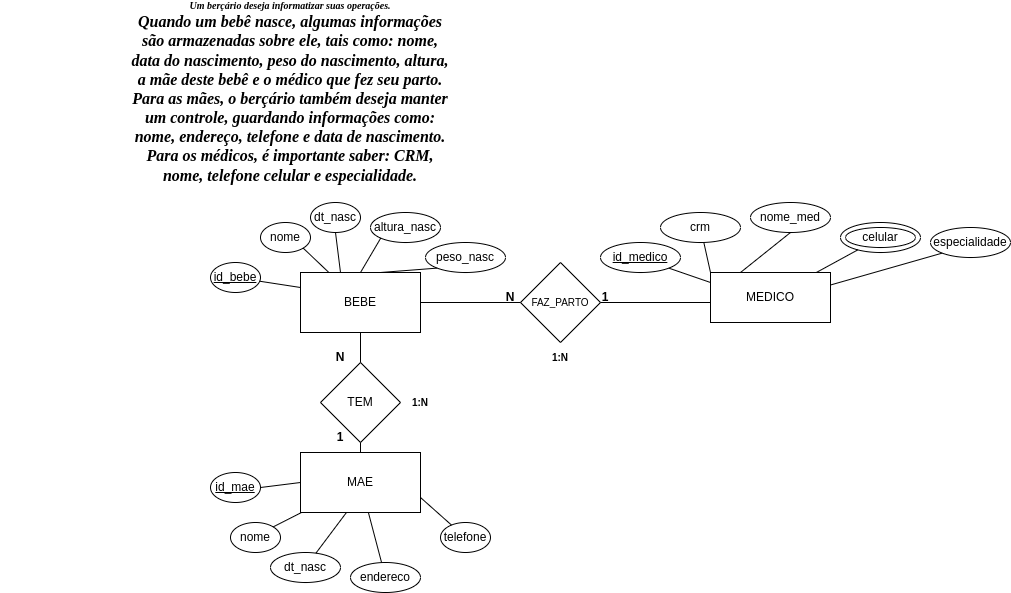
Daniel022de/DataEngineer_SoulCode keeps this draw.io diagram as Banco de dados/Diagrama Entidade Relacionamento/DER01 - SoulCode.drawio.png. Above is the earlier version. Source tidied: cells renumbered, new cells last; positions are measured from the earlier drawing's top-left corner, leaving out a move shared by most shapes. The source it was exported from:
```xml
<mxGraphModel>
  <root>
    <mxCell id="0" />
    <mxCell id="1" parent="0" />
    <mxCell id="2" value="celular" style="ellipse;whiteSpace=wrap;html=1;" parent="1" vertex="1">
      <mxGeometry x="840" y="160" width="80" height="30" as="geometry" />
    </mxCell>
    <mxCell id="3" value="celular" style="ellipse;whiteSpace=wrap;html=1;" parent="1" vertex="1">
      <mxGeometry x="845" y="165" width="70" height="20" as="geometry" />
    </mxCell>
    <mxCell id="4" value="BEBE" style="rounded=0;whiteSpace=wrap;html=1;" parent="1" vertex="1">
      <mxGeometry x="300" y="210" width="120" height="60" as="geometry" />
    </mxCell>
    <mxCell id="5" value="MAE" style="rounded=0;whiteSpace=wrap;html=1;" parent="1" vertex="1">
      <mxGeometry x="300" y="390" width="120" height="60" as="geometry" />
    </mxCell>
    <mxCell id="6" value="MEDICO" style="rounded=0;whiteSpace=wrap;html=1;" parent="1" vertex="1">
      <mxGeometry x="710" y="210" width="120" height="50" as="geometry" />
    </mxCell>
    <mxCell id="7" style="edgeStyle=orthogonalEdgeStyle;rounded=0;orthogonalLoop=1;jettySize=auto;html=1;exitX=0.5;exitY=1;exitDx=0;exitDy=0;" parent="1" edge="1">
      <mxGeometry relative="1" as="geometry">
        <mxPoint x="575" y="360" as="sourcePoint" />
        <mxPoint x="575" y="360" as="targetPoint" />
      </mxGeometry>
    </mxCell>
    <mxCell id="8" value="altura_nasc" style="ellipse;whiteSpace=wrap;html=1;" parent="1" vertex="1">
      <mxGeometry x="370" y="150" width="70" height="30" as="geometry" />
    </mxCell>
    <mxCell id="9" value="peso_nasc" style="ellipse;whiteSpace=wrap;html=1;" parent="1" vertex="1">
      <mxGeometry x="425" y="180" width="80" height="30" as="geometry" />
    </mxCell>
    <mxCell id="10" value="nome" style="ellipse;whiteSpace=wrap;html=1;" parent="1" vertex="1">
      <mxGeometry x="260" y="160" width="50" height="30" as="geometry" />
    </mxCell>
    <mxCell id="11" value="dt_nasc" style="ellipse;whiteSpace=wrap;html=1;" parent="1" vertex="1">
      <mxGeometry x="310" y="140" width="50" height="30" as="geometry" />
    </mxCell>
    <mxCell id="12" value="nome" style="ellipse;whiteSpace=wrap;html=1;" parent="1" vertex="1">
      <mxGeometry x="230" y="460" width="50" height="30" as="geometry" />
    </mxCell>
    <mxCell id="13" value="dt_nasc" style="ellipse;whiteSpace=wrap;html=1;" parent="1" vertex="1">
      <mxGeometry x="270" y="490" width="70" height="30" as="geometry" />
    </mxCell>
    <mxCell id="14" value="endereco" style="ellipse;whiteSpace=wrap;html=1;" parent="1" vertex="1">
      <mxGeometry x="350" y="500" width="70" height="30" as="geometry" />
    </mxCell>
    <mxCell id="15" value="telefone" style="ellipse;whiteSpace=wrap;html=1;" parent="1" vertex="1">
      <mxGeometry x="440" y="460" width="50" height="30" as="geometry" />
    </mxCell>
    <mxCell id="16" value="nome_med" style="ellipse;whiteSpace=wrap;html=1;" parent="1" vertex="1">
      <mxGeometry x="750" y="140" width="80" height="30" as="geometry" />
    </mxCell>
    <mxCell id="17" value="crm" style="ellipse;whiteSpace=wrap;html=1;" parent="1" vertex="1">
      <mxGeometry x="660" y="150" width="80" height="30" as="geometry" />
    </mxCell>
    <mxCell id="18" value="especialidade" style="ellipse;whiteSpace=wrap;html=1;" parent="1" vertex="1">
      <mxGeometry x="930" y="165" width="80" height="30" as="geometry" />
    </mxCell>
    <mxCell id="19" style="endArrow=none;html=1;rounded=0;exitX=0;exitY=0;exitDx=0;exitDy=0;" parent="1" edge="1" source="6" target="17">
      <mxGeometry relative="1" as="geometry" />
    </mxCell>
    <mxCell id="20" style="endArrow=none;html=1;rounded=0;entryX=0.5;entryY=1;entryDx=0;entryDy=0;" parent="1" edge="1" target="16">
      <mxGeometry relative="1" as="geometry">
        <mxPoint x="740" y="210" as="sourcePoint" />
      </mxGeometry>
    </mxCell>
    <mxCell id="21" style="endArrow=none;html=1;rounded=0;" parent="1" edge="1" source="6" target="2">
      <mxGeometry relative="1" as="geometry" />
    </mxCell>
    <mxCell id="22" style="endArrow=none;html=1;rounded=0;entryX=0;entryY=1;entryDx=0;entryDy=0;exitX=1;exitY=0.25;exitDx=0;exitDy=0;" parent="1" edge="1" source="6" target="18">
      <mxGeometry relative="1" as="geometry" />
    </mxCell>
    <mxCell id="23" style="endArrow=none;html=1;rounded=0;entryX=1;entryY=1;entryDx=0;entryDy=0;" parent="1" edge="1" source="4" target="10">
      <mxGeometry relative="1" as="geometry" />
    </mxCell>
    <mxCell id="24" style="endArrow=none;html=1;rounded=0;entryX=0.5;entryY=1;entryDx=0;entryDy=0;" parent="1" edge="1" target="11">
      <mxGeometry relative="1" as="geometry">
        <mxPoint x="340" y="210" as="sourcePoint" />
      </mxGeometry>
    </mxCell>
    <mxCell id="25" style="endArrow=none;html=1;rounded=0;entryX=0;entryY=1;entryDx=0;entryDy=0;" parent="1" edge="1" target="8">
      <mxGeometry relative="1" as="geometry">
        <mxPoint x="360" y="210" as="sourcePoint" />
      </mxGeometry>
    </mxCell>
    <mxCell id="26" style="endArrow=none;html=1;rounded=0;entryX=0;entryY=1;entryDx=0;entryDy=0;" parent="1" edge="1" target="9">
      <mxGeometry relative="1" as="geometry">
        <mxPoint x="380" y="210" as="sourcePoint" />
      </mxGeometry>
    </mxCell>
    <mxCell id="27" style="endArrow=none;html=1;rounded=0;entryX=1;entryY=0;entryDx=0;entryDy=0;" parent="1" edge="1" source="5" target="12">
      <mxGeometry relative="1" as="geometry" />
    </mxCell>
    <mxCell id="28" style="endArrow=none;html=1;rounded=0;exitX=0.383;exitY=1;exitDx=0;exitDy=0;exitPerimeter=0;" parent="1" edge="1" source="5" target="13">
      <mxGeometry relative="1" as="geometry" />
    </mxCell>
    <mxCell id="29" style="endArrow=none;html=1;rounded=0;" parent="1" edge="1" source="5" target="14">
      <mxGeometry relative="1" as="geometry" />
    </mxCell>
    <mxCell id="30" style="endArrow=none;html=1;rounded=0;exitX=1;exitY=0.75;exitDx=0;exitDy=0;" parent="1" edge="1" source="5" target="15">
      <mxGeometry relative="1" as="geometry" />
    </mxCell>
    <mxCell id="31" value="&lt;font style=&quot;font-size: 10px;&quot;&gt;FAZ_PARTO&lt;/font&gt;" style="rhombus;whiteSpace=wrap;html=1;" parent="1" vertex="1">
      <mxGeometry x="520" y="200" width="80" height="80" as="geometry" />
    </mxCell>
    <mxCell id="32" style="endArrow=none;html=1;rounded=0;exitX=1;exitY=0.5;exitDx=0;exitDy=0;startArrow=none;entryX=0;entryY=0.5;entryDx=0;entryDy=0;" parent="1" edge="1" source="4" target="31">
      <mxGeometry relative="1" as="geometry" />
    </mxCell>
    <mxCell id="33" style="endArrow=none;html=1;rounded=0;exitX=1;exitY=0.5;exitDx=0;exitDy=0;" parent="1" edge="1" source="31">
      <mxGeometry relative="1" as="geometry">
        <mxPoint x="710" y="240" as="targetPoint" />
      </mxGeometry>
    </mxCell>
    <mxCell id="34" value="TEM" style="rhombus;whiteSpace=wrap;html=1;" parent="1" vertex="1">
      <mxGeometry x="320" y="300" width="80" height="80" as="geometry" />
    </mxCell>
    <mxCell id="35" style="endArrow=none;html=1;rounded=0;entryX=0.5;entryY=1;entryDx=0;entryDy=0;" parent="1" edge="1" source="34" target="4">
      <mxGeometry relative="1" as="geometry" />
    </mxCell>
    <mxCell id="36" style="endArrow=none;html=1;rounded=0;" parent="1" edge="1" source="5">
      <mxGeometry relative="1" as="geometry">
        <mxPoint x="360" y="380" as="targetPoint" />
      </mxGeometry>
    </mxCell>
    <mxCell id="37" value="&lt;b&gt;N&lt;/b&gt;" style="text;html=1;strokeColor=none;fillColor=none;align=center;verticalAlign=middle;whiteSpace=wrap;rounded=0;" parent="1" vertex="1">
      <mxGeometry x="480" y="220" width="60" height="30" as="geometry" />
    </mxCell>
    <mxCell id="38" value="&lt;b&gt;1&lt;/b&gt;" style="text;html=1;strokeColor=none;fillColor=none;align=center;verticalAlign=middle;whiteSpace=wrap;rounded=0;" parent="1" vertex="1">
      <mxGeometry x="575" y="220" width="60" height="30" as="geometry" />
    </mxCell>
    <mxCell id="39" value="&lt;b&gt;N&lt;/b&gt;" style="text;html=1;strokeColor=none;fillColor=none;align=center;verticalAlign=middle;whiteSpace=wrap;rounded=0;" parent="1" vertex="1">
      <mxGeometry x="310" y="280" width="60" height="30" as="geometry" />
    </mxCell>
    <mxCell id="40" value="&lt;b&gt;1&lt;/b&gt;" style="text;html=1;strokeColor=none;fillColor=none;align=center;verticalAlign=middle;whiteSpace=wrap;rounded=0;" parent="1" vertex="1">
      <mxGeometry x="310" y="360" width="60" height="30" as="geometry" />
    </mxCell>
    <mxCell id="41" value="&lt;u&gt;id_bebe&lt;/u&gt;" style="ellipse;whiteSpace=wrap;html=1;" parent="1" vertex="1">
      <mxGeometry x="210" y="200" width="50" height="30" as="geometry" />
    </mxCell>
    <mxCell id="42" style="endArrow=none;html=1;rounded=0;exitX=0;exitY=0.25;exitDx=0;exitDy=0;" parent="1" edge="1" source="4" target="41">
      <mxGeometry relative="1" as="geometry" />
    </mxCell>
    <mxCell id="43" value="&lt;u&gt;id_mae&lt;/u&gt;" style="ellipse;whiteSpace=wrap;html=1;" parent="1" vertex="1">
      <mxGeometry x="210" y="410" width="50" height="30" as="geometry" />
    </mxCell>
    <mxCell id="44" style="endArrow=none;html=1;rounded=0;entryX=1;entryY=0.5;entryDx=0;entryDy=0;exitX=0;exitY=0.5;exitDx=0;exitDy=0;" parent="1" edge="1" source="5" target="43">
      <mxGeometry relative="1" as="geometry" />
    </mxCell>
    <mxCell id="45" value="&lt;u&gt;id_medico&lt;/u&gt;" style="ellipse;whiteSpace=wrap;html=1;" parent="1" vertex="1">
      <mxGeometry x="600" y="180" width="80" height="30" as="geometry" />
    </mxCell>
    <mxCell id="46" style="endArrow=none;html=1;rounded=0;entryX=1;entryY=1;entryDx=0;entryDy=0;" parent="1" edge="1" target="45">
      <mxGeometry relative="1" as="geometry">
        <mxPoint x="710" y="220" as="sourcePoint" />
      </mxGeometry>
    </mxCell>
    <mxCell id="47" value="&lt;b&gt;1:N&lt;/b&gt;" style="text;html=1;strokeColor=none;fillColor=none;align=center;verticalAlign=middle;whiteSpace=wrap;rounded=0;fontSize=10;" parent="1" vertex="1">
      <mxGeometry x="530" y="280" width="60" height="30" as="geometry" />
    </mxCell>
    <mxCell id="48" value="&lt;b&gt;1:N&lt;/b&gt;" style="text;html=1;strokeColor=none;fillColor=none;align=center;verticalAlign=middle;whiteSpace=wrap;rounded=0;fontSize=10;" parent="1" vertex="1">
      <mxGeometry x="390" y="325" width="60" height="30" as="geometry" />
    </mxCell>
    <mxCell id="49" value="&lt;div&gt;&lt;font style=&quot;font-size: 10px;&quot; face=&quot;Times New Roman&quot;&gt;&lt;i style=&quot;&quot;&gt;&lt;b style=&quot;&quot;&gt;Um berçário deseja informatizar suas operações.&lt;/b&gt;&lt;/i&gt;&lt;/font&gt;&lt;/div&gt;&lt;div&gt;&lt;font size=&quot;3&quot; face=&quot;Times New Roman&quot;&gt;&lt;i&gt;&lt;b&gt;Quando um bebê nasce, algumas informações&lt;/b&gt;&lt;/i&gt;&lt;/font&gt;&lt;/div&gt;&lt;div&gt;&lt;font size=&quot;3&quot; face=&quot;Times New Roman&quot;&gt;&lt;i&gt;&lt;b&gt;são armazenadas sobre ele, tais como: nome,&lt;/b&gt;&lt;/i&gt;&lt;/font&gt;&lt;/div&gt;&lt;div&gt;&lt;font size=&quot;3&quot; face=&quot;Times New Roman&quot;&gt;&lt;i&gt;&lt;b&gt;data do nascimento, peso do nascimento, altura,&lt;/b&gt;&lt;/i&gt;&lt;/font&gt;&lt;/div&gt;&lt;div&gt;&lt;font size=&quot;3&quot; face=&quot;Times New Roman&quot;&gt;&lt;i&gt;&lt;b&gt;a mãe deste bebê e o médico que fez seu parto.&lt;/b&gt;&lt;/i&gt;&lt;/font&gt;&lt;/div&gt;&lt;div&gt;&lt;font size=&quot;3&quot; face=&quot;Times New Roman&quot;&gt;&lt;i&gt;&lt;b&gt;Para as mães, o berçário também deseja manter&lt;/b&gt;&lt;/i&gt;&lt;/font&gt;&lt;/div&gt;&lt;div&gt;&lt;font size=&quot;3&quot; face=&quot;Times New Roman&quot;&gt;&lt;i&gt;&lt;b&gt;um controle, guardando informações como:&lt;/b&gt;&lt;/i&gt;&lt;/font&gt;&lt;/div&gt;&lt;div&gt;&lt;font size=&quot;3&quot; face=&quot;Times New Roman&quot;&gt;&lt;i&gt;&lt;b&gt;nome, endereço, telefone e data de nascimento.&lt;/b&gt;&lt;/i&gt;&lt;/font&gt;&lt;/div&gt;&lt;div&gt;&lt;font size=&quot;3&quot; face=&quot;Times New Roman&quot;&gt;&lt;i&gt;&lt;b&gt;Para os médicos, é importante saber: CRM,&lt;/b&gt;&lt;/i&gt;&lt;/font&gt;&lt;/div&gt;&lt;div&gt;&lt;font size=&quot;3&quot; face=&quot;Times New Roman&quot;&gt;&lt;i style=&quot;&quot;&gt;&lt;b style=&quot;&quot;&gt;nome, telefone celular e especialidade.&lt;/b&gt;&lt;/i&gt;&lt;/font&gt;&lt;/div&gt;" style="text;html=1;strokeColor=none;fillColor=none;align=center;verticalAlign=middle;whiteSpace=wrap;rounded=0;fontSize=6;" parent="1" vertex="1">
      <mxGeometry width="580" height="60" as="geometry" />
    </mxCell>
  </root>
</mxGraphModel>
```
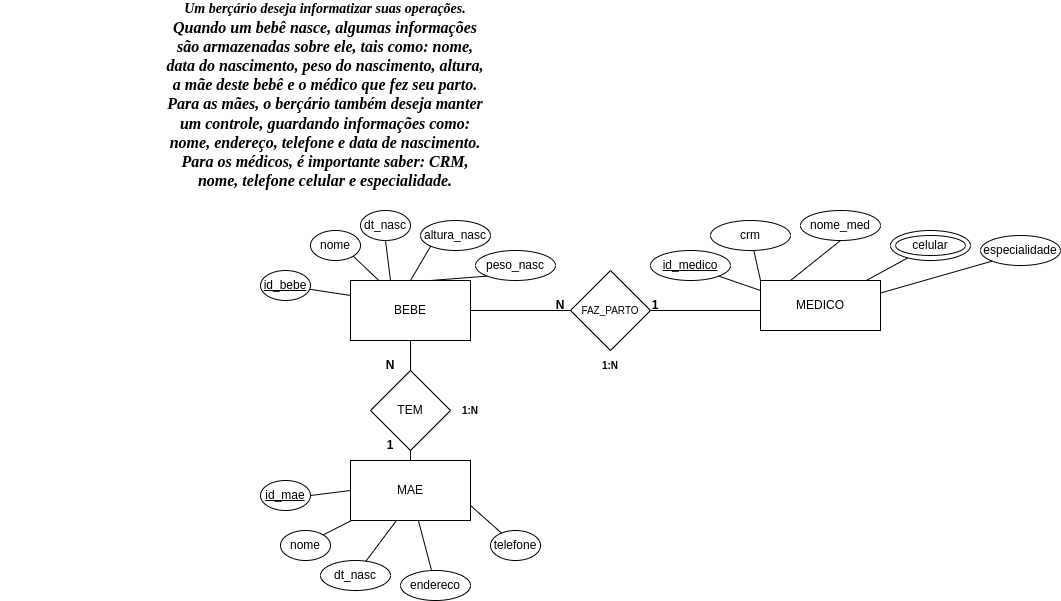
Above is the later version.

Change to the diagram source:
```diff
@@ -160,8 +160,8 @@
     <mxCell id="48" value="&lt;b&gt;1:N&lt;/b&gt;" style="text;html=1;strokeColor=none;fillColor=none;align=center;verticalAlign=middle;whiteSpace=wrap;rounded=0;fontSize=10;" parent="1" vertex="1">
       <mxGeometry x="390" y="325" width="60" height="30" as="geometry" />
     </mxCell>
-    <mxCell id="49" value="&lt;div&gt;&lt;font style=&quot;font-size: 10px;&quot; face=&quot;Times New Roman&quot;&gt;&lt;i style=&quot;&quot;&gt;&lt;b style=&quot;&quot;&gt;Um berçário deseja informatizar suas operações.&lt;/b&gt;&lt;/i&gt;&lt;/font&gt;&lt;/div&gt;&lt;div&gt;&lt;font size=&quot;3&quot; face=&quot;Times New Roman&quot;&gt;&lt;i&gt;&lt;b&gt;Quando um bebê nasce, algumas informações&lt;/b&gt;&lt;/i&gt;&lt;/font&gt;&lt;/div&gt;&lt;div&gt;&lt;font size=&quot;3&quot; face=&quot;Times New Roman&quot;&gt;&lt;i&gt;&lt;b&gt;são armazenadas sobre ele, tais como: nome,&lt;/b&gt;&lt;/i&gt;&lt;/font&gt;&lt;/div&gt;&lt;div&gt;&lt;font size=&quot;3&quot; face=&quot;Times New Roman&quot;&gt;&lt;i&gt;&lt;b&gt;data do nascimento, peso do nascimento, altura,&lt;/b&gt;&lt;/i&gt;&lt;/font&gt;&lt;/div&gt;&lt;div&gt;&lt;font size=&quot;3&quot; face=&quot;Times New Roman&quot;&gt;&lt;i&gt;&lt;b&gt;a mãe deste bebê e o médico que fez seu parto.&lt;/b&gt;&lt;/i&gt;&lt;/font&gt;&lt;/div&gt;&lt;div&gt;&lt;font size=&quot;3&quot; face=&quot;Times New Roman&quot;&gt;&lt;i&gt;&lt;b&gt;Para as mães, o berçário também deseja manter&lt;/b&gt;&lt;/i&gt;&lt;/font&gt;&lt;/div&gt;&lt;div&gt;&lt;font size=&quot;3&quot; face=&quot;Times New Roman&quot;&gt;&lt;i&gt;&lt;b&gt;um controle, guardando informações como:&lt;/b&gt;&lt;/i&gt;&lt;/font&gt;&lt;/div&gt;&lt;div&gt;&lt;font size=&quot;3&quot; face=&quot;Times New Roman&quot;&gt;&lt;i&gt;&lt;b&gt;nome, endereço, telefone e data de nascimento.&lt;/b&gt;&lt;/i&gt;&lt;/font&gt;&lt;/div&gt;&lt;div&gt;&lt;font size=&quot;3&quot; face=&quot;Times New Roman&quot;&gt;&lt;i&gt;&lt;b&gt;Para os médicos, é importante saber: CRM,&lt;/b&gt;&lt;/i&gt;&lt;/font&gt;&lt;/div&gt;&lt;div&gt;&lt;font size=&quot;3&quot; face=&quot;Times New Roman&quot;&gt;&lt;i style=&quot;&quot;&gt;&lt;b style=&quot;&quot;&gt;nome, telefone celular e especialidade.&lt;/b&gt;&lt;/i&gt;&lt;/font&gt;&lt;/div&gt;" style="text;html=1;strokeColor=none;fillColor=none;align=center;verticalAlign=middle;whiteSpace=wrap;rounded=0;fontSize=6;" parent="1" vertex="1">
-      <mxGeometry width="580" height="60" as="geometry" />
+    <mxCell id="49" value="&lt;div&gt;&lt;font style=&quot;font-size: 14px;&quot; face=&quot;Times New Roman&quot;&gt;&lt;i style=&quot;&quot;&gt;&lt;b style=&quot;&quot;&gt;Um berçário deseja informatizar suas operações.&lt;/b&gt;&lt;/i&gt;&lt;/font&gt;&lt;/div&gt;&lt;div&gt;&lt;font size=&quot;3&quot; face=&quot;Times New Roman&quot;&gt;&lt;i&gt;&lt;b&gt;Quando um bebê nasce, algumas informações&lt;/b&gt;&lt;/i&gt;&lt;/font&gt;&lt;/div&gt;&lt;div&gt;&lt;font size=&quot;3&quot; face=&quot;Times New Roman&quot;&gt;&lt;i&gt;&lt;b&gt;são armazenadas sobre ele, tais como: nome,&lt;/b&gt;&lt;/i&gt;&lt;/font&gt;&lt;/div&gt;&lt;div&gt;&lt;font size=&quot;3&quot; face=&quot;Times New Roman&quot;&gt;&lt;i&gt;&lt;b&gt;data do nascimento, peso do nascimento, altura,&lt;/b&gt;&lt;/i&gt;&lt;/font&gt;&lt;/div&gt;&lt;div&gt;&lt;font size=&quot;3&quot; face=&quot;Times New Roman&quot;&gt;&lt;i&gt;&lt;b&gt;a mãe deste bebê e o médico que fez seu parto.&lt;/b&gt;&lt;/i&gt;&lt;/font&gt;&lt;/div&gt;&lt;div&gt;&lt;font size=&quot;3&quot; face=&quot;Times New Roman&quot;&gt;&lt;i&gt;&lt;b&gt;Para as mães, o berçário também deseja manter&lt;/b&gt;&lt;/i&gt;&lt;/font&gt;&lt;/div&gt;&lt;div&gt;&lt;font size=&quot;3&quot; face=&quot;Times New Roman&quot;&gt;&lt;i&gt;&lt;b&gt;um controle, guardando informações como:&lt;/b&gt;&lt;/i&gt;&lt;/font&gt;&lt;/div&gt;&lt;div&gt;&lt;font size=&quot;3&quot; face=&quot;Times New Roman&quot;&gt;&lt;i&gt;&lt;b&gt;nome, endereço, telefone e data de nascimento.&lt;/b&gt;&lt;/i&gt;&lt;/font&gt;&lt;/div&gt;&lt;div&gt;&lt;font size=&quot;3&quot; face=&quot;Times New Roman&quot;&gt;&lt;i&gt;&lt;b&gt;Para os médicos, é importante saber: CRM,&lt;/b&gt;&lt;/i&gt;&lt;/font&gt;&lt;/div&gt;&lt;div&gt;&lt;font size=&quot;3&quot; face=&quot;Times New Roman&quot;&gt;&lt;i style=&quot;&quot;&gt;&lt;b&gt;nome, telefone celular e especialidade.&lt;/b&gt;&lt;/i&gt;&lt;/font&gt;&lt;/div&gt;" style="text;html=1;strokeColor=none;fillColor=none;align=center;verticalAlign=middle;whiteSpace=wrap;rounded=0;fontSize=6;" parent="1" vertex="1">
+      <mxGeometry x="-50" width="650" height="50" as="geometry" />
     </mxCell>
   </root>
 </mxGraphModel>
```
